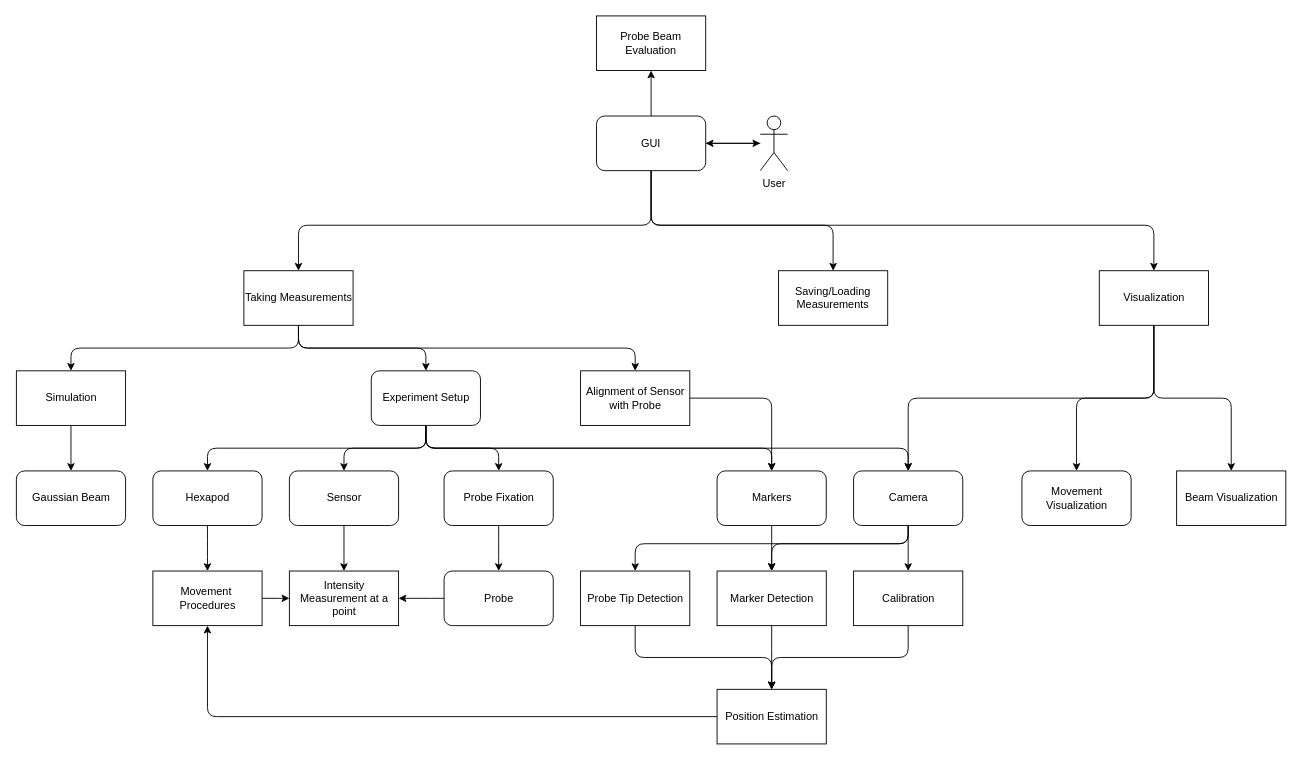
VWatGIT/MtecThesis keeps this draw.io diagram as Thesis_Writeup/project_overview.drawio. Above is the earlier version. Source tidied: cells renumbered, new cells numbered last; positions are measured from the earlier drawing's top-left corner, leaving out a move shared by most shapes. Both pictures are drawn from the tidied source at 91%, with x=0, y=0 at pixel (15, 15).
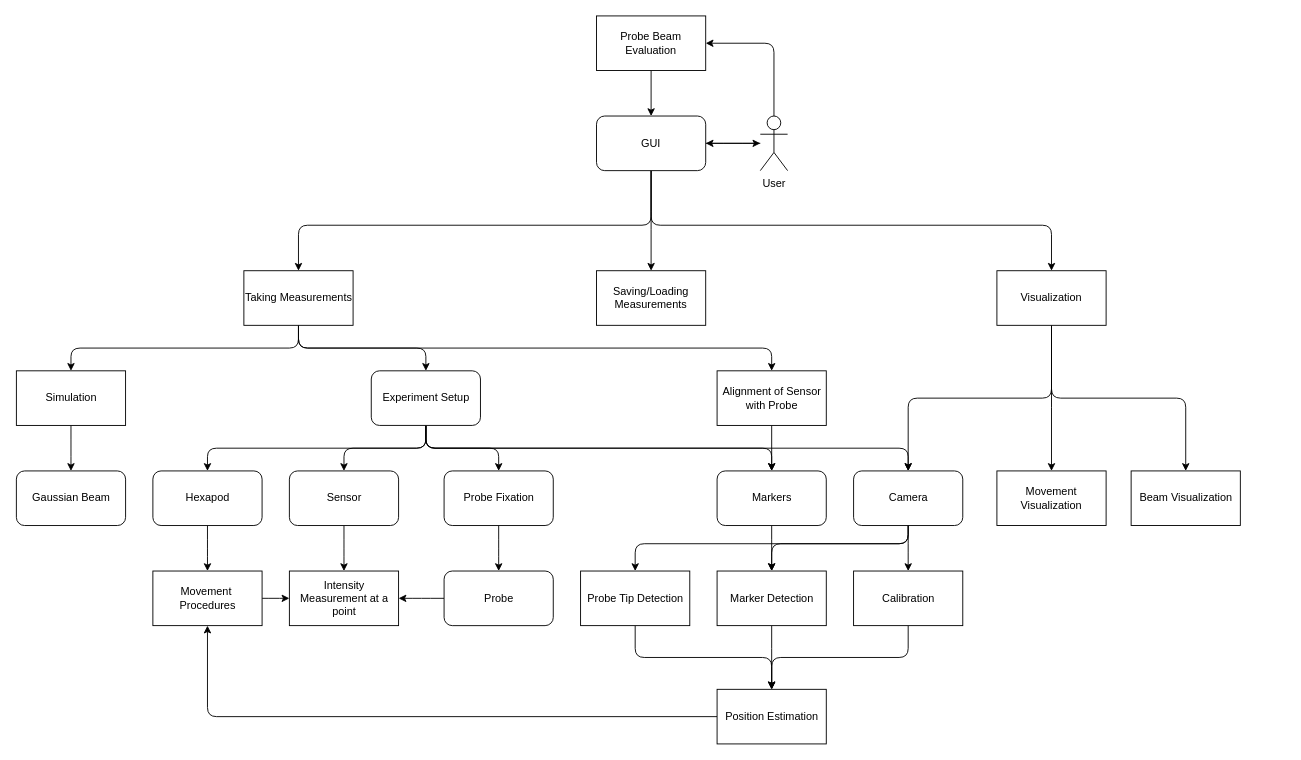
Above is the later version.

The change refers to these unchanged cells:
```xml
<mxCell id="5" value="Probe Beam Evaluation" style="rounded=0;whiteSpace=wrap;html=1;" parent="1" vertex="1">
  <mxGeometry x="638" width="120" height="60" as="geometry" />
</mxCell>
<mxCell id="10" value="GUI" style="rounded=1;whiteSpace=wrap;html=1;" parent="1" vertex="1">
  <mxGeometry x="638" y="110" width="120" height="60" as="geometry" />
</mxCell>
<mxCell id="57" value="User" style="shape=umlActor;verticalLabelPosition=bottom;verticalAlign=top;html=1;outlineConnect=0;" parent="1" vertex="1">
  <mxGeometry x="818" y="110" width="30" height="60" as="geometry" />
</mxCell>
```

Diff of the diagram source:
```diff
@@
+    <mxCell id="58" style="edgeStyle=none;html=1;" parent="1" edge="1" source="5" target="10">
+      <mxGeometry relative="1" as="geometry" />
+    </mxCell>
@@
     <mxCell id="6" style="edgeStyle=elbowEdgeStyle;elbow=vertical;html=1;entryX=0.5;entryY=0;entryDx=0;entryDy=0;orthogonal=1;exitX=0.5;exitY=1;exitDx=0;exitDy=0;" parent="1" edge="1" source="10" target="26">
-      <mxGeometry relative="1" as="geometry">
-        <Array as="points">
-          <mxPoint x="798" y="230" />
-        </Array>
-      </mxGeometry>
+      <mxGeometry relative="1" as="geometry" />
     </mxCell>
@@
-    <mxCell id="8" style="edgeStyle=elbowEdgeStyle;elbow=vertical;html=1;entryX=0.5;entryY=1;entryDx=0;entryDy=0;" parent="1" edge="1" source="10" target="5">
-      <mxGeometry relative="1" as="geometry" />
-    </mxCell>
@@
     <mxCell id="18" value="Visualization" style="rounded=0;whiteSpace=wrap;html=1;" parent="1" vertex="1">
-      <mxGeometry x="1190.5" y="280" width="120" height="60" as="geometry" />
+      <mxGeometry x="1078" y="280" width="120" height="60" as="geometry" />
     </mxCell>
-    <mxCell id="19" value="Movement Visualization" style="rounded=1;whiteSpace=wrap;html=1;" parent="1" vertex="1">
-      <mxGeometry x="1105.5" y="500" width="120" height="60" as="geometry" />
+    <mxCell id="19" value="Movement Visualization" style="rounded=0;whiteSpace=wrap;html=1;" parent="1" vertex="1">
+      <mxGeometry x="1078" y="500" width="120" height="60" as="geometry" />
     </mxCell>
@@
     <mxCell id="26" value="Saving/Loading&lt;br&gt;Measurements" style="rounded=0;whiteSpace=wrap;html=1;" parent="1" vertex="1">
-      <mxGeometry x="838" y="280" width="120" height="60" as="geometry" />
+      <mxGeometry x="638" y="280" width="120" height="60" as="geometry" />
     </mxCell>
@@
     <mxCell id="37" value="Alignment of Sensor with Probe" style="rounded=0;whiteSpace=wrap;html=1;" parent="1" vertex="1">
-      <mxGeometry x="620.5" y="390" width="120" height="60" as="geometry" />
+      <mxGeometry x="770.5" y="390" width="120" height="60" as="geometry" />
     </mxCell>
@@
     <mxCell id="55" value="Beam Visualization" style="rounded=0;whiteSpace=wrap;html=1;" parent="1" vertex="1">
-      <mxGeometry x="1275.5" y="500" width="120" height="60" as="geometry" />
+      <mxGeometry x="1225.5" y="500" width="120" height="60" as="geometry" />
     </mxCell>
@@
+    <mxCell id="59" style="edgeStyle=none;html=1;entryX=1;entryY=0.5;entryDx=0;entryDy=0;" parent="1" edge="1" source="57" target="5">
+      <mxGeometry relative="1" as="geometry">
+        <Array as="points">
+          <mxPoint x="833" y="30" />
+        </Array>
+      </mxGeometry>
+    </mxCell>
```
